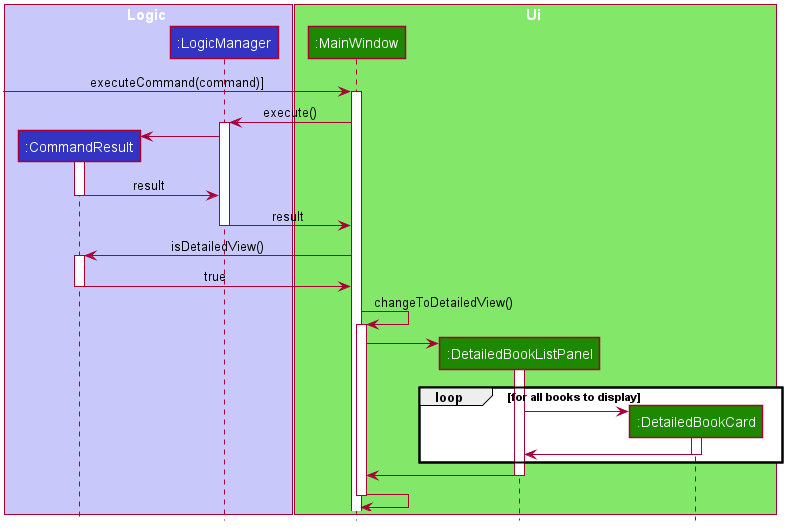
This is docs/images/ViewSwitchingSequenceDiagram.png from pennhanlee/tp, a PlantUML export, as it was before one commit.
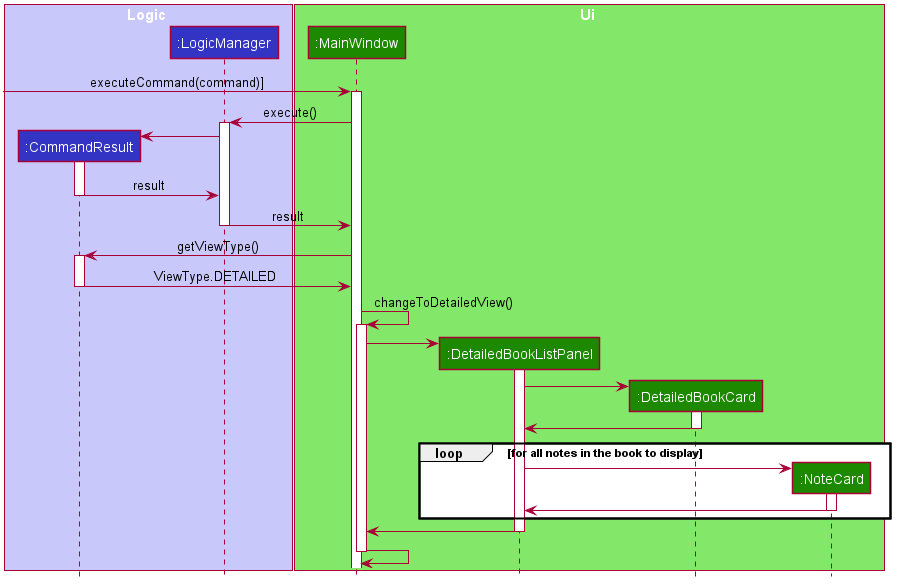
The same file after the commit.

Diff of the diagram source:
```diff
@@ -1,4 +1,5 @@
 @startuml
+
 
 
 
@@ -57,6 +58,7 @@
 participant ":MainWindow" as MainWindow #1D8900
 participant ":DetailedBookListPanel" as DetailedBookListPanel #1D8900
 participant ":DetailedBookCard" as DetailedBookCard #1D8900
+participant ":NoteCard" as NoteCard #1D8900
 end box
 
 [-> MainWindow : executeCommand(command)]
@@ -75,10 +77,10 @@
 LogicManager -> MainWindow : result
 deactivate LogicManager
 
-MainWindow -> CommandResult : isDetailedView()
+MainWindow -> CommandResult : getViewType()
 activate CommandResult
 
-CommandResult -> MainWindow : true
+CommandResult -> MainWindow : ViewType.DETAILED
 deactivate CommandResult
 
 MainWindow -> MainWindow : changeToDetailedView()
@@ -88,12 +90,18 @@
 MainWindow -> DetailedBookListPanel
 activate DetailedBookListPanel
 
-loop for all books to display
-    create DetailedBookCard
-    DetailedBookListPanel -> DetailedBookCard
-    activate DetailedBookCard
-    DetailedBookCard -> DetailedBookListPanel
-    deactivate DetailedBookCard
+create DetailedBookCard
+DetailedBookListPanel -> DetailedBookCard
+activate DetailedBookCard
+DetailedBookCard -> DetailedBookListPanel
+deactivate DetailedBookCard
+
+loop for all notes in the book to display
+    create NoteCard
+    DetailedBookListPanel -> NoteCard
+    activate NoteCard
+    NoteCard -> DetailedBookListPanel
+    deactivate NoteCard
 end
 
 DetailedBookListPanel -> MainWindow
@@ -101,6 +109,4 @@
 
 MainWindow -> MainWindow
 deactivate MainWindow
-
-
 @enduml
```
